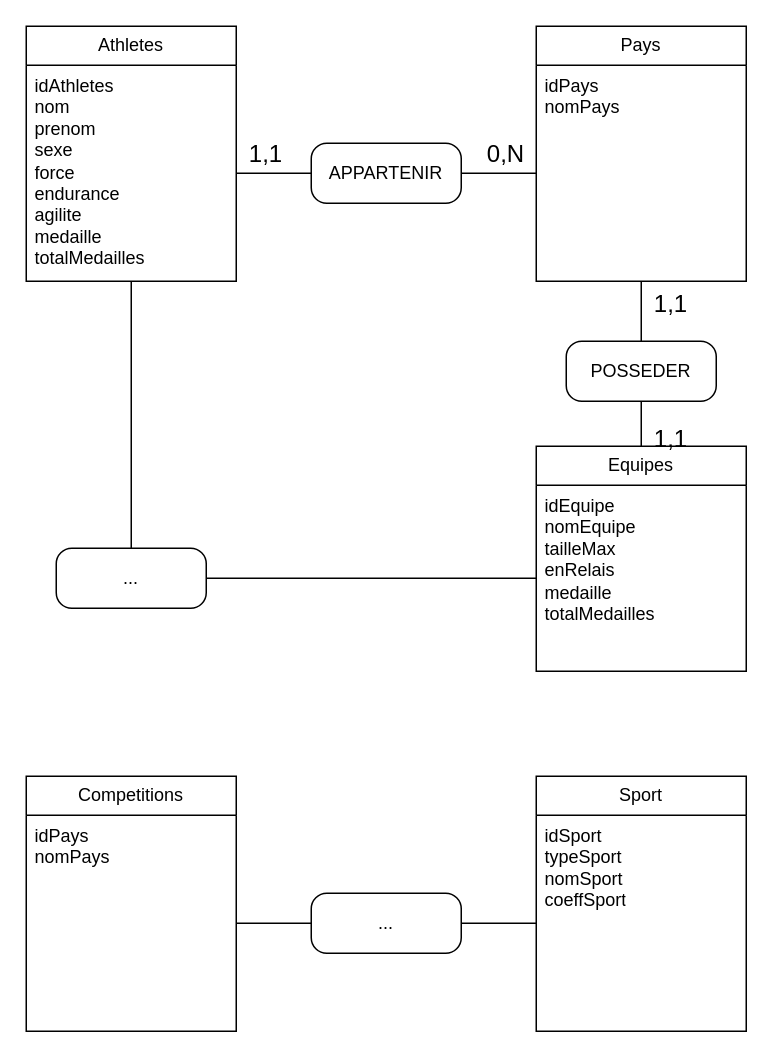
This is diagrammes/mcd.drawio from alexisnisol/JeuxOlympiques, a draw.io file, before an edit. Source tidied: cells renumbered, new cells numbered last; positions are measured from the earlier drawing's top-left corner, leaving out a move shared by most shapes. Both pictures are drawn from the tidied source at 150%, with x=0, y=0 at pixel (26, 26).
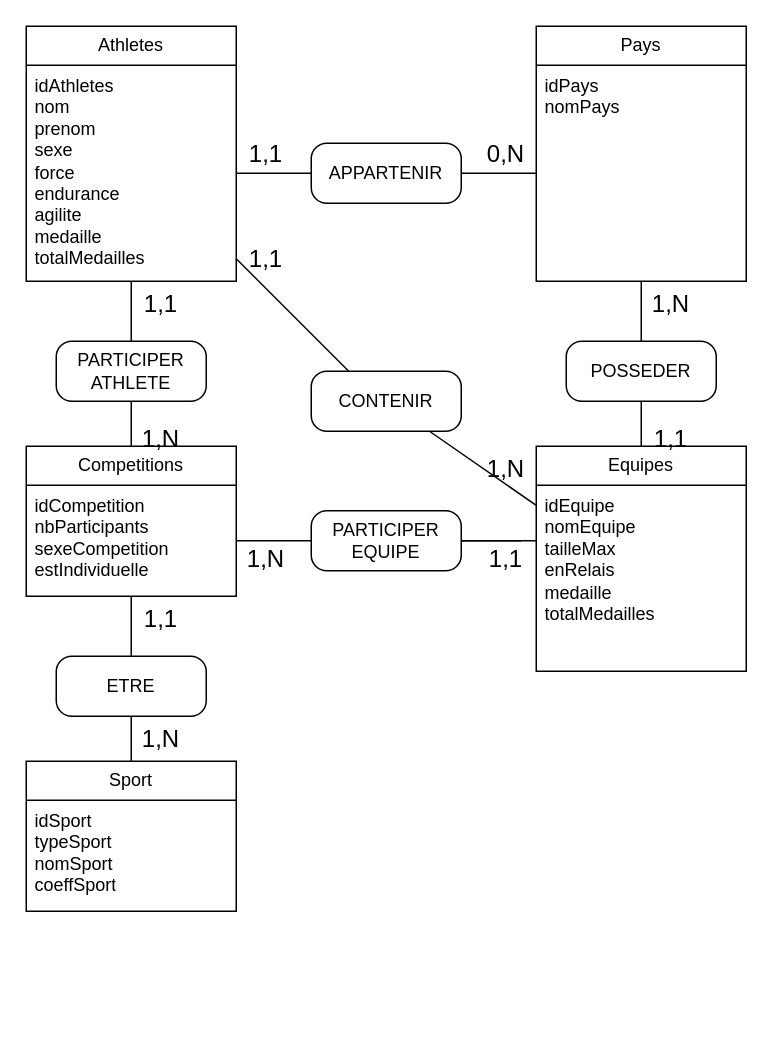
The same page after the edit.

Commit message:
Mettre à jour mcd.drawio

Unchanged cells that the change refers to:
```xml
<mxCell id="2" value="Athletes" style="swimlane;fontStyle=0;horizontal=1;startSize=26;fillColor=none;whiteSpace=wrap;html=1;" parent="1" vertex="1">
  <mxGeometry width="140" height="170" as="geometry" />
</mxCell>
<mxCell id="3" value="&lt;div&gt;idAthletes&lt;br&gt;&lt;/div&gt;&lt;div&gt;nom&lt;/div&gt;&lt;div&gt;prenom&lt;/div&gt;&lt;div&gt;sexe&lt;/div&gt;&lt;div&gt;force&lt;/div&gt;&lt;div&gt;endurance&lt;/div&gt;&lt;div&gt;agilite&lt;/div&gt;&lt;div&gt;medaille&lt;/div&gt;&lt;div&gt;totalMedailles&lt;br&gt;&lt;/div&gt;" style="text;strokeColor=none;fillColor=none;align=left;verticalAlign=top;spacingLeft=4;spacingRight=4;overflow=hidden;points=[[0,0.5],[1,0.5]];portConstraint=eastwest;whiteSpace=wrap;html=1;" parent="2" vertex="1">
  <mxGeometry y="26" width="140" height="144" as="geometry" />
</mxCell>
<mxCell id="8" value="&lt;div&gt;idEquipe&lt;br&gt;&lt;/div&gt;&lt;div&gt;nomEquipe&lt;/div&gt;&lt;div&gt;tailleMax&lt;/div&gt;&lt;div&gt;enRelais&lt;/div&gt;&lt;div&gt;medaille&lt;/div&gt;&lt;div&gt;totalMedailles&lt;br&gt;&lt;/div&gt;" style="text;strokeColor=none;fillColor=none;align=left;verticalAlign=top;spacingLeft=4;spacingRight=4;overflow=hidden;points=[[0,0.5],[1,0.5]];portConstraint=eastwest;whiteSpace=wrap;html=1;" parent="7" vertex="1">
  <mxGeometry y="26" width="140" height="124" as="geometry" />
</mxCell>
```

Diff of the diagram source:
```diff
@@
-    <mxCell id="14" style="edgeStyle=none;curved=1;rounded=0;jettySize=auto;html=1;exitX=0.5;exitY=0;exitDx=0;exitDy=0;fontSize=12;startSize=8;endSize=8;endArrow=none;endFill=0;" parent="1" edge="1" source="15" target="2">
+    <mxCell id="14" style="edgeStyle=none;curved=1;rounded=0;jettySize=auto;html=1;exitX=0.25;exitY=0;exitDx=0;exitDy=0;fontSize=12;startSize=8;endSize=8;endArrow=none;endFill=0;" parent="1" edge="1" source="15" target="2">
       <mxGeometry relative="1" as="geometry" />
     </mxCell>
-    <mxCell id="15" value="..." style="rounded=1;whiteSpace=wrap;html=1;arcSize=26;" parent="1" vertex="1">
-      <mxGeometry x="20" y="348" width="100" height="40" as="geometry" />
+    <mxCell id="15" value="CONTENIR" style="rounded=1;whiteSpace=wrap;html=1;arcSize=26;" parent="1" vertex="1">
+      <mxGeometry x="190" y="230" width="100" height="40" as="geometry" />
     </mxCell>
-    <mxCell id="16" style="endArrow=none;html=1;rounded=0;fontSize=12;startSize=8;endSize=8;curved=1;entryX=0;entryY=0.5;entryDx=0;entryDy=0;" parent="1" edge="1" source="15" target="8">
+    <mxCell id="16" style="endArrow=none;html=1;rounded=0;fontSize=12;startSize=8;endSize=8;curved=1;" parent="1" edge="1" source="15" target="8">
       <mxGeometry relative="1" as="geometry" />
     </mxCell>
@@
-    <mxCell id="19" value="1,1" style="text;html=1;align=center;verticalAlign=middle;whiteSpace=wrap;rounded=0;fontSize=16;" parent="1" vertex="1">
+    <mxCell id="19" value="1,N" style="text;html=1;align=center;verticalAlign=middle;whiteSpace=wrap;rounded=0;fontSize=16;" parent="1" vertex="1">
       <mxGeometry x="400" y="170" width="60" height="30" as="geometry" />
     </mxCell>
@@
     <mxCell id="21" value="Competitions" style="swimlane;fontStyle=0;horizontal=1;startSize=26;fillColor=none;whiteSpace=wrap;html=1;" parent="1" vertex="1">
-      <mxGeometry y="500" width="140" height="170" as="geometry" />
+      <mxGeometry y="280" width="140" height="100" as="geometry" />
     </mxCell>
-    <mxCell id="22" value="&lt;div&gt;idPays&lt;/div&gt;&lt;div&gt;nomPays&lt;/div&gt;" style="text;strokeColor=none;fillColor=none;align=left;verticalAlign=top;spacingLeft=4;spacingRight=4;overflow=hidden;points=[[0,0.5],[1,0.5]];portConstraint=eastwest;whiteSpace=wrap;html=1;" parent="21" vertex="1">
-      <mxGeometry y="26" width="140" height="144" as="geometry" />
+    <mxCell id="22" value="&lt;div&gt;idCompetition&lt;/div&gt;&lt;div&gt;nbParticipants&lt;/div&gt;&lt;div&gt;sexeCompetition&lt;/div&gt;&lt;div&gt;estIndividuelle&lt;br&gt;&lt;/div&gt;" style="text;strokeColor=none;fillColor=none;align=left;verticalAlign=top;spacingLeft=4;spacingRight=4;overflow=hidden;points=[[0,0.5],[1,0.5]];portConstraint=eastwest;whiteSpace=wrap;html=1;" parent="21" vertex="1">
+      <mxGeometry y="26" width="140" height="74" as="geometry" />
     </mxCell>
     <mxCell id="23" value="Sport" style="swimlane;fontStyle=0;horizontal=1;startSize=26;fillColor=none;whiteSpace=wrap;html=1;" parent="1" vertex="1">
-      <mxGeometry x="340" y="500" width="140" height="170" as="geometry" />
+      <mxGeometry y="490" width="140" height="100" as="geometry" />
     </mxCell>
     <mxCell id="24" value="&lt;div&gt;idSport&lt;/div&gt;&lt;div&gt;typeSport&lt;/div&gt;&lt;div&gt;nomSport&lt;/div&gt;&lt;div&gt;coeffSport&lt;/div&gt;" style="text;strokeColor=none;fillColor=none;align=left;verticalAlign=top;spacingLeft=4;spacingRight=4;overflow=hidden;points=[[0,0.5],[1,0.5]];portConstraint=eastwest;whiteSpace=wrap;html=1;" parent="23" vertex="1">
-      <mxGeometry y="26" width="140" height="144" as="geometry" />
+      <mxGeometry y="26" width="140" height="74" as="geometry" />
     </mxCell>
-    <mxCell id="25" style="edgeStyle=none;curved=1;rounded=0;jettySize=auto;html=1;exitX=1;exitY=0.5;exitDx=0;exitDy=0;entryX=0;entryY=0.5;entryDx=0;entryDy=0;fontSize=12;startSize=8;endSize=8;endArrow=none;endFill=0;" parent="1" edge="1" source="26" target="24">
+    <mxCell id="25" style="edgeStyle=none;curved=1;rounded=0;jettySize=auto;html=1;exitX=0.5;exitY=1;exitDx=0;exitDy=0;entryX=0.5;entryY=0;entryDx=0;entryDy=0;fontSize=12;startSize=8;endSize=8;endArrow=none;endFill=0;" parent="1" edge="1" source="26" target="23">
       <mxGeometry relative="1" as="geometry" />
     </mxCell>
-    <mxCell id="26" value="..." style="rounded=1;whiteSpace=wrap;html=1;arcSize=26;" parent="1" vertex="1">
-      <mxGeometry x="190" y="578" width="100" height="40" as="geometry" />
+    <mxCell id="26" value="ETRE" style="rounded=1;whiteSpace=wrap;html=1;arcSize=26;" parent="1" vertex="1">
+      <mxGeometry x="20" y="420" width="100" height="40" as="geometry" />
     </mxCell>
-    <mxCell id="27" style="edgeStyle=none;curved=1;rounded=0;jettySize=auto;html=1;exitX=1;exitY=0.5;exitDx=0;exitDy=0;entryX=0;entryY=0.5;entryDx=0;entryDy=0;fontSize=12;startSize=8;endSize=8;endArrow=none;endFill=0;" parent="1" edge="1" source="22" target="26">
+    <mxCell id="27" style="edgeStyle=none;curved=1;rounded=0;jettySize=auto;html=1;entryX=0.5;entryY=0;entryDx=0;entryDy=0;fontSize=12;startSize=8;endSize=8;endArrow=none;endFill=0;" parent="1" edge="1" source="22" target="26">
       <mxGeometry relative="1" as="geometry" />
     </mxCell>
+    <mxCell id="28" value="1,1" style="text;html=1;align=center;verticalAlign=middle;whiteSpace=wrap;rounded=0;fontSize=16;" parent="1" vertex="1">
+      <mxGeometry x="60" y="380" width="60" height="30" as="geometry" />
+    </mxCell>
+    <mxCell id="29" value="1,N" style="text;html=1;align=center;verticalAlign=middle;whiteSpace=wrap;rounded=0;fontSize=16;" parent="1" vertex="1">
+      <mxGeometry x="60" y="460" width="60" height="30" as="geometry" />
+    </mxCell>
+    <mxCell id="30" value="1,N" style="text;html=1;align=center;verticalAlign=middle;whiteSpace=wrap;rounded=0;fontSize=16;" parent="1" vertex="1">
+      <mxGeometry x="290" y="280" width="60" height="30" as="geometry" />
+    </mxCell>
+    <mxCell id="31" value="1,1" style="text;html=1;align=center;verticalAlign=middle;whiteSpace=wrap;rounded=0;fontSize=16;" parent="1" vertex="1">
+      <mxGeometry x="130" y="140" width="60" height="30" as="geometry" />
+    </mxCell>
+    <mxCell id="32" style="edgeStyle=none;curved=1;rounded=0;jettySize=auto;html=1;exitX=0.5;exitY=0;exitDx=0;exitDy=0;fontSize=12;startSize=8;endSize=8;endArrow=none;endFill=0;" parent="1" edge="1" source="21" target="3">
+      <mxGeometry relative="1" as="geometry" />
+    </mxCell>
+    <mxCell id="33" style="edgeStyle=none;curved=1;rounded=0;jettySize=auto;html=1;fontSize=12;startSize=8;endSize=8;endArrow=none;endFill=0;entryX=1;entryY=0.5;entryDx=0;entryDy=0;" parent="1" edge="1" target="22">
+      <mxGeometry relative="1" as="geometry">
+        <mxPoint x="330" y="343" as="sourcePoint" />
+      </mxGeometry>
+    </mxCell>
+    <mxCell id="34" style="edgeStyle=none;curved=1;rounded=0;jettySize=auto;html=1;fontSize=12;startSize=8;endSize=8;endArrow=none;endFill=0;entryX=1;entryY=0.5;entryDx=0;entryDy=0;exitX=-0.002;exitY=0.298;exitDx=0;exitDy=0;exitPerimeter=0;" parent="1" edge="1" source="8" target="35">
+      <mxGeometry relative="1" as="geometry" />
+    </mxCell>
+    <mxCell id="35" value="&lt;div&gt;PARTICIPER&lt;/div&gt;&lt;div&gt;EQUIPE&lt;br&gt;&lt;/div&gt;" style="rounded=1;whiteSpace=wrap;html=1;arcSize=26;" parent="1" vertex="1">
+      <mxGeometry x="190" y="323" width="100" height="40" as="geometry" />
+    </mxCell>
+    <mxCell id="36" value="&lt;div&gt;PARTICIPER&lt;/div&gt;ATHLETE" style="rounded=1;whiteSpace=wrap;html=1;arcSize=26;" parent="1" vertex="1">
+      <mxGeometry x="20" y="210" width="100" height="40" as="geometry" />
+    </mxCell>
+    <mxCell id="37" value="1,1" style="text;html=1;align=center;verticalAlign=middle;whiteSpace=wrap;rounded=0;fontSize=16;" parent="1" vertex="1">
+      <mxGeometry x="290" y="340" width="60" height="30" as="geometry" />
+    </mxCell>
+    <mxCell id="38" value="1,N" style="text;html=1;align=center;verticalAlign=middle;whiteSpace=wrap;rounded=0;fontSize=16;" parent="1" vertex="1">
+      <mxGeometry x="130" y="340" width="60" height="30" as="geometry" />
+    </mxCell>
+    <mxCell id="39" value="1,N" style="text;html=1;align=center;verticalAlign=middle;whiteSpace=wrap;rounded=0;fontSize=16;" parent="1" vertex="1">
+      <mxGeometry x="60" y="260" width="60" height="30" as="geometry" />
+    </mxCell>
+    <mxCell id="40" value="1,1" style="text;html=1;align=center;verticalAlign=middle;whiteSpace=wrap;rounded=0;fontSize=16;" parent="1" vertex="1">
+      <mxGeometry x="60" y="170" width="60" height="30" as="geometry" />
+    </mxCell>
```
